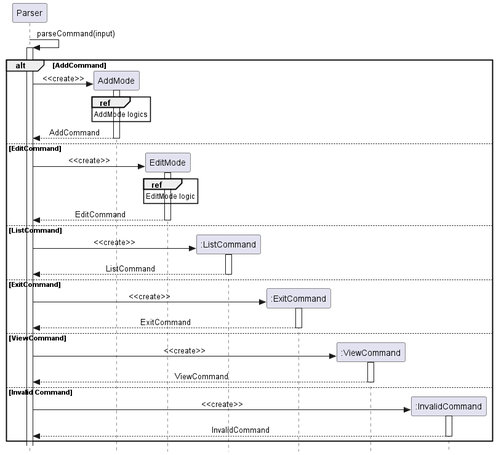
Above: docs/images/SequenceDiagram/Parser.png in nus-cs2113-AY2223S1/tp (PlantUML), before the change.
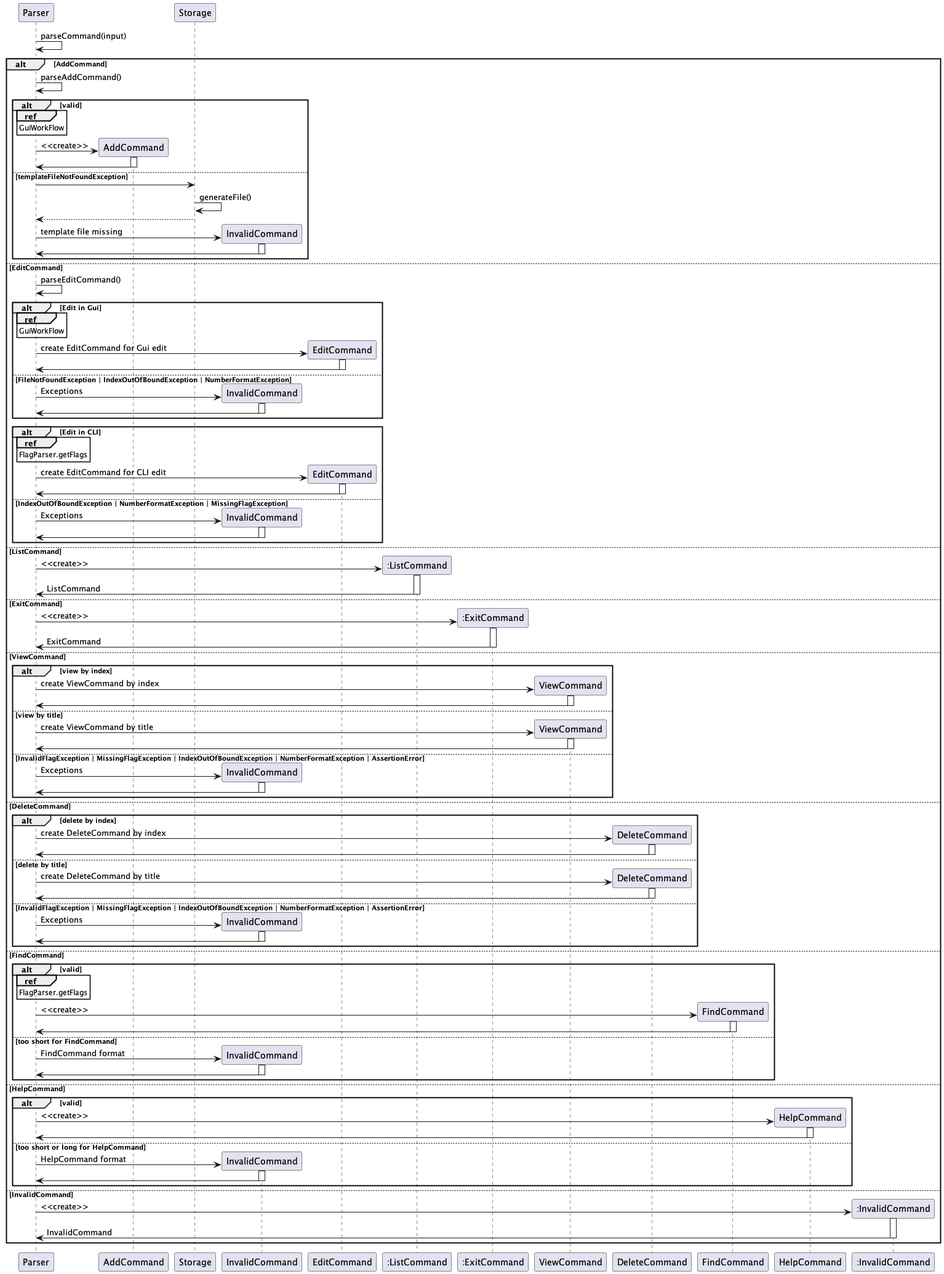
The same file after the commit.

Commit message:
add parser implementation to DG

Diff of the diagram source:
```diff
@@ -1,41 +1,157 @@
 @startuml
-skinparam Style strictuml
-skinparam SequenceMessageAlignment center
-
-autoactivate on
-
-
 
 Parser -> Parser: parseCommand(input)
+
 alt AddCommand
-    create AddMode
-    Parser -> AddMode: <<create>>
-    ref over AddMode: AddMode logics
-    AddMode --> Parser: AddCommand
+
+    Parser -> Parser: parseAddCommand()
+    alt valid
+    create AddCommand
+    ref over Parser: GuiWorkFlow
+    Parser -> AddCommand: <<create>>
+    activate AddCommand
+    AddCommand -> Parser:
+    deactivate AddCommand
+    else  templateFileNotFoundException
+    Parser -> Storage:
+    Storage -> Storage: generateFile()
+    Storage --> Parser
+    create InvalidCommand
+    Parser -> InvalidCommand: template file missing
+    activate InvalidCommand
+    InvalidCommand -> Parser
+    deactivate InvalidCommand
+    end
+
 else EditCommand
-    create EditMode
-    Parser -> EditMode: <<create>>
-    ref over EditMode: EditMode logic
-    EditMode --> Parser: EditCommand
+
+    Parser -> Parser: parseEditCommand()
+    alt Edit in Gui
+        ref over Parser: GuiWorkFlow
+        create EditCommand
+        Parser -> EditCommand: create EditCommand for Gui edit
+        activate EditCommand
+        EditCommand -> Parser:
+        deactivate EditCommand
+    else FileNotFoundException | IndexOutOfBoundException | NumberFormatException
+        create InvalidCommand
+        Parser -> InvalidCommand: Exceptions
+        activate InvalidCommand
+        InvalidCommand -> Parser:
+        deactivate InvalidCommand
+    end
+
+    alt Edit in CLI
+        ref over Parser: FlagParser.getFlags
+        create EditCommand
+        Parser -> EditCommand: create EditCommand for CLI edit
+        activate EditCommand
+        EditCommand -> Parser
+        deactivate EditCommand
+    else IndexOutOfBoundException | NumberFormatException | MissingFlagException
+        create InvalidCommand
+        Parser -> InvalidCommand: Exceptions
+        activate InvalidCommand
+        InvalidCommand -> Parser:
+        deactivate InvalidCommand
+    end
+
 else ListCommand
     participant ":ListCommand" as List
     create List
     Parser -> List:<<create>>
-    List --> Parser: ListCommand
+    activate List
+    List -> Parser: ListCommand
+    deactivate List
 else ExitCommand
     participant ":ExitCommand" as Exit
     create Exit
-    Parser -> Exit:<<create>>
-    Exit --> Parser: ExitCommand
+    Parser -> Exit: <<create>>
+    activate Exit
+    Exit -> Parser: ExitCommand
+    deactivate Exit
 else ViewCommand
-    participant ":ViewCommand" as View
-    create View
-    Parser -> View:<<create>>
-    View --> Parser: ViewCommand
-else Invalid Command
+
+    alt view by index
+        create ViewCommand
+        Parser -> ViewCommand: create ViewCommand by index
+        activate ViewCommand
+        ViewCommand -> Parser
+        deactivate ViewCommand
+    else view by title
+        create ViewCommand
+        Parser -> ViewCommand: create ViewCommand by title
+        activate ViewCommand
+        ViewCommand -> Parser
+        deactivate ViewCommand
+    else InvalidFlagException | MissingFlagException | IndexOutOfBoundException | NumberFormatException | AssertionError
+        create InvalidCommand
+        Parser -> InvalidCommand: Exceptions
+        activate InvalidCommand
+        InvalidCommand -> Parser
+        deactivate InvalidCommand
+    end
+
+else DeleteCommand
+
+    alt delete by index
+        create DeleteCommand
+        Parser -> DeleteCommand: create DeleteCommand by index
+        activate DeleteCommand
+        DeleteCommand -> Parser
+        deactivate DeleteCommand
+    else delete by title
+        create DeleteCommand
+        Parser -> DeleteCommand: create DeleteCommand by title
+        activate DeleteCommand
+        DeleteCommand -> Parser
+        deactivate DeleteCommand
+    else InvalidFlagException | MissingFlagException | IndexOutOfBoundException | NumberFormatException | AssertionError
+        create InvalidCommand
+        Parser -> InvalidCommand: Exceptions
+        activate InvalidCommand
+        InvalidCommand -> Parser
+        deactivate InvalidCommand
+    end
+
+else FindCommand
+    alt valid
+        ref over Parser: FlagParser.getFlags
+        create FindCommand
+        Parser -> FindCommand: <<create>>
+        activate FindCommand
+        FindCommand -> Parser:
+        deactivate FindCommand
+    else too short for FindCommand
+        create InvalidCommand
+        Parser -> InvalidCommand: FindCommand format
+        activate InvalidCommand
+        InvalidCommand -> Parser
+        deactivate InvalidCommand
+    end
+
+else HelpCommand
+
+    alt valid
+         create HelpCommand
+         Parser -> HelpCommand: <<create>>
+         activate HelpCommand
+         HelpCommand -> Parser:
+         deactivate HelpCommand
+    else too short or long for HelpCommand
+        create InvalidCommand
+        Parser -> InvalidCommand: HelpCommand format
+        activate InvalidCommand
+        InvalidCommand -> Parser
+        deactivate InvalidCommand
+    end
+
+else InvalidCommand
     participant ":InvalidCommand" as Invalid
     create Invalid
     Parser -> Invalid:<<create>>
-    Invalid --> Parser: InvalidCommand
+    activate Invalid
+    Invalid -> Parser: InvalidCommand
+    deactivate Invalid
 end
 @enduml
```
